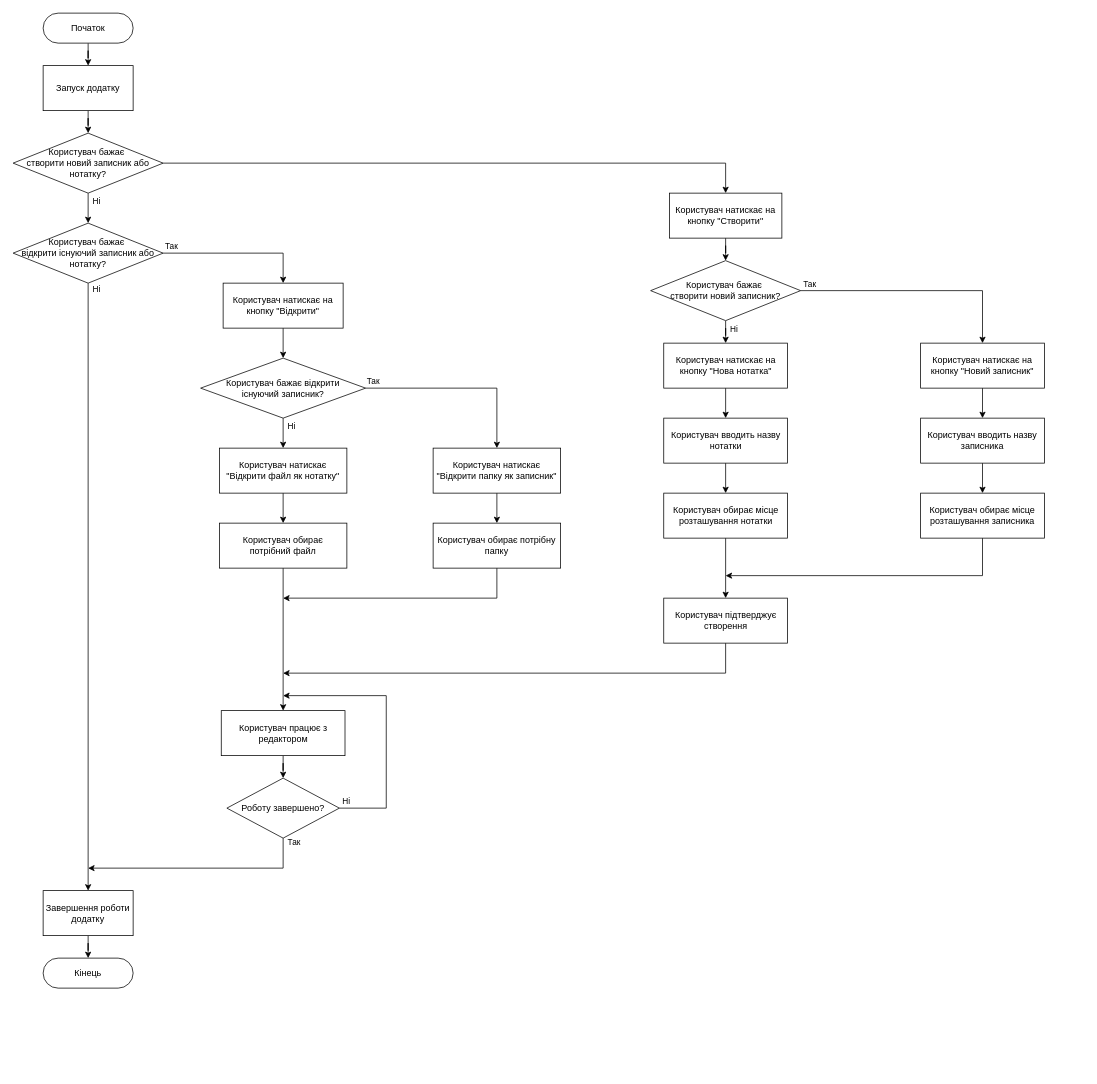
Earlier version of the draw.io diagram З точки зору користувача.drawio (dn0ne/block-schemes). Source tidied: cells renumbered, new cells numbered last; positions are measured from the earlier drawing's top-left corner, leaving out a move shared by most shapes. Both pictures are drawn from the tidied source at 75%, with x=0, y=0 at pixel (13, 13).
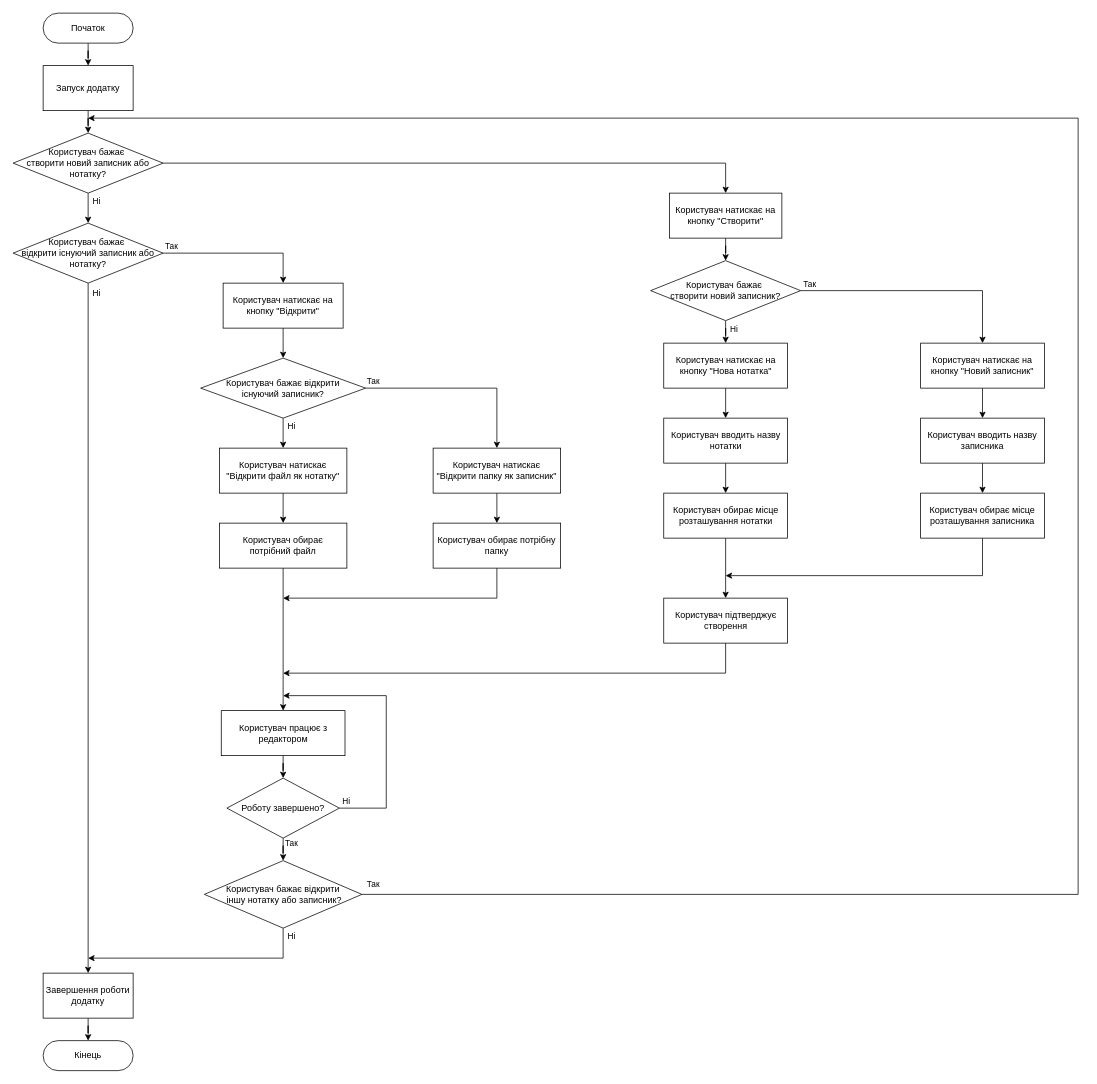
Above is the later version.

Unchanged cells that the change refers to:
```xml
<mxCell id="39" value="Роботу завершено?" style="rhombus;whiteSpace=wrap;html=1;" parent="1" vertex="1">
  <mxGeometry x="285" y="1020" width="150" height="80" as="geometry" />
</mxCell>
```

The edit, as a diff of the source:
```diff
@@
     <mxCell id="4" value="Кінець" style="rounded=1;whiteSpace=wrap;html=1;arcSize=50;" parent="1" vertex="1">
-      <mxGeometry x="40" y="1260" width="120" height="40" as="geometry" />
+      <mxGeometry x="40" y="1370" width="120" height="40" as="geometry" />
     </mxCell>
@@
     <mxCell id="17" value="Завершення роботи додатку" style="whiteSpace=wrap;html=1;" parent="1" vertex="1">
-      <mxGeometry x="40" y="1170" width="120" height="60" as="geometry" />
+      <mxGeometry x="40" y="1280" width="120" height="60" as="geometry" />
     </mxCell>
@@
-    <mxCell id="35" style="edgeStyle=orthogonalEdgeStyle;rounded=0;jettySize=auto;html=1;exitX=0.5;exitY=1;exitDx=0;exitDy=0;" parent="1" edge="1" source="39">
-      <mxGeometry relative="1" as="geometry">
-        <mxPoint x="100" y="1140" as="targetPoint" />
-        <Array as="points">
-          <mxPoint x="360" y="1140" />
-          <mxPoint x="100" y="1140" />
-        </Array>
-      </mxGeometry>
-    </mxCell>
-    <mxCell id="36" value="Так&amp;nbsp;" style="edgeLabel;html=1;align=center;verticalAlign=middle;" parent="35" vertex="1">
-      <mxGeometry x="-0.93" y="-1" relative="1" as="geometry">
-        <mxPoint x="16" y="-6" as="offset" />
-      </mxGeometry>
-    </mxCell>
@@
+    <mxCell id="61" style="edgeStyle=orthogonalEdgeStyle;rounded=0;jettySize=auto;html=1;entryX=0.5;entryY=0;entryDx=0;entryDy=0;" parent="1" edge="1" source="39" target="67">
+      <mxGeometry relative="1" as="geometry" />
+    </mxCell>
+    <mxCell id="62" value="Так" style="edgeLabel;html=1;align=center;verticalAlign=middle;" parent="61" vertex="1">
+      <mxGeometry x="-0.76" relative="1" as="geometry">
+        <mxPoint x="10" as="offset" />
+      </mxGeometry>
+    </mxCell>
@@
+    <mxCell id="63" style="edgeStyle=orthogonalEdgeStyle;rounded=0;jettySize=auto;html=1;" parent="1" edge="1" source="67">
+      <mxGeometry relative="1" as="geometry">
+        <mxPoint x="100" y="1260" as="targetPoint" />
+        <Array as="points">
+          <mxPoint x="360" y="1260" />
+        </Array>
+      </mxGeometry>
+    </mxCell>
+    <mxCell id="64" value="Ні" style="edgeLabel;html=1;align=center;verticalAlign=middle;" parent="63" vertex="1">
+      <mxGeometry x="-0.92" relative="1" as="geometry">
+        <mxPoint x="10" y="-2" as="offset" />
+      </mxGeometry>
+    </mxCell>
+    <mxCell id="65" style="edgeStyle=orthogonalEdgeStyle;rounded=0;jettySize=auto;html=1;" parent="1" edge="1" source="67">
+      <mxGeometry relative="1" as="geometry">
+        <mxPoint x="100" y="140" as="targetPoint" />
+        <Array as="points">
+          <mxPoint x="1420" y="1175" />
+          <mxPoint x="1420" y="140" />
+        </Array>
+      </mxGeometry>
+    </mxCell>
+    <mxCell id="66" value="Так" style="edgeLabel;html=1;align=center;verticalAlign=middle;" parent="65" vertex="1">
+      <mxGeometry x="-0.99" relative="1" as="geometry">
+        <mxPoint x="-3" y="-15" as="offset" />
+      </mxGeometry>
+    </mxCell>
+    <mxCell id="67" value="Користувач бажає відкрити&lt;div&gt;&amp;nbsp;іншу нотатку або записник?&lt;/div&gt;" style="rhombus;whiteSpace=wrap;html=1;" parent="1" vertex="1">
+      <mxGeometry x="255" y="1130" width="210" height="90" as="geometry" />
+    </mxCell>
```
